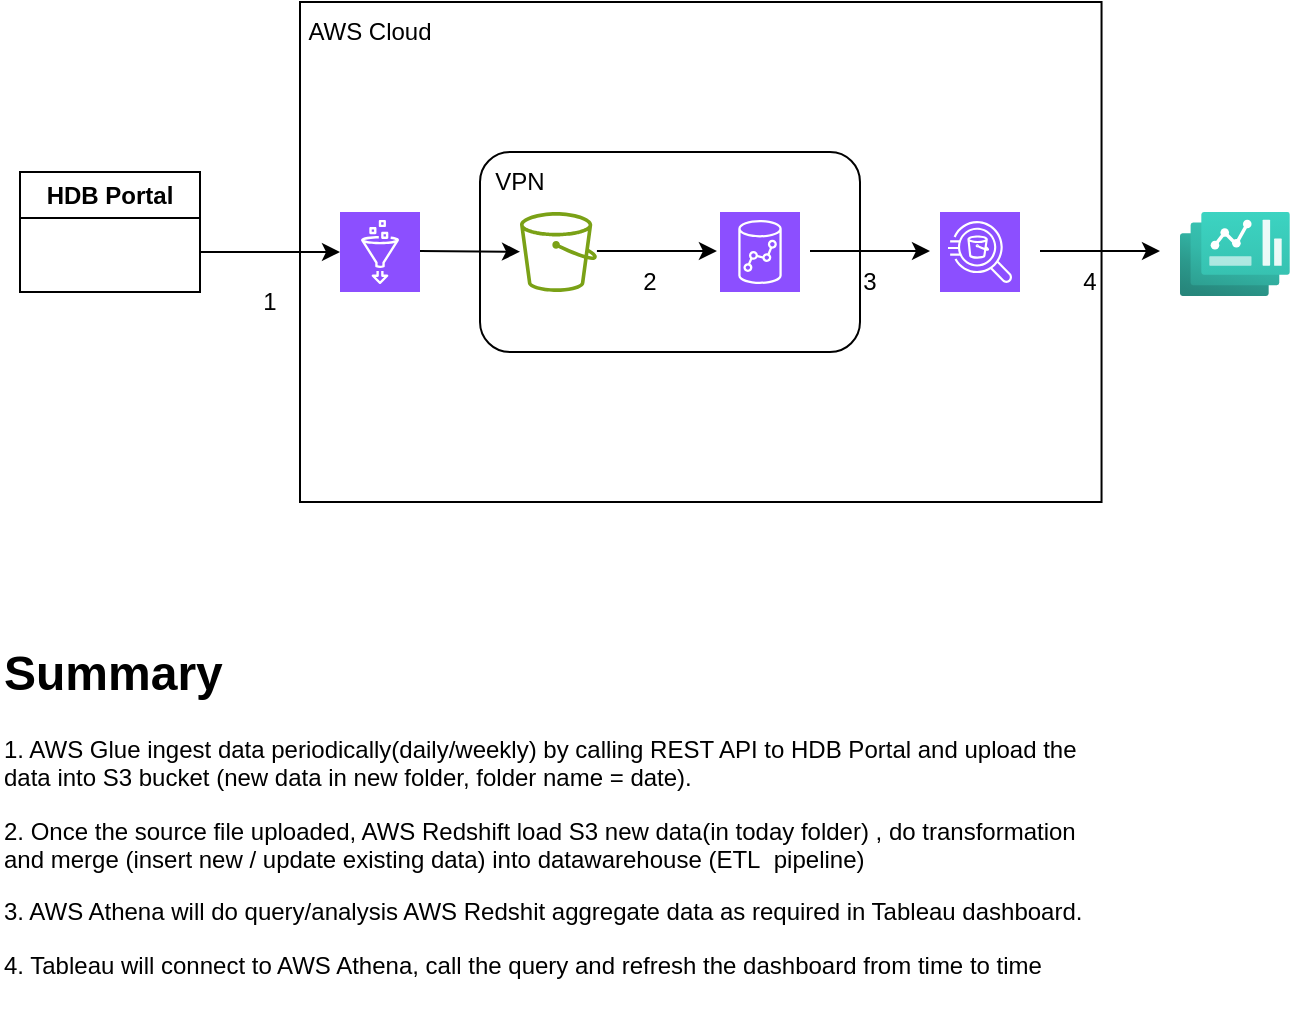
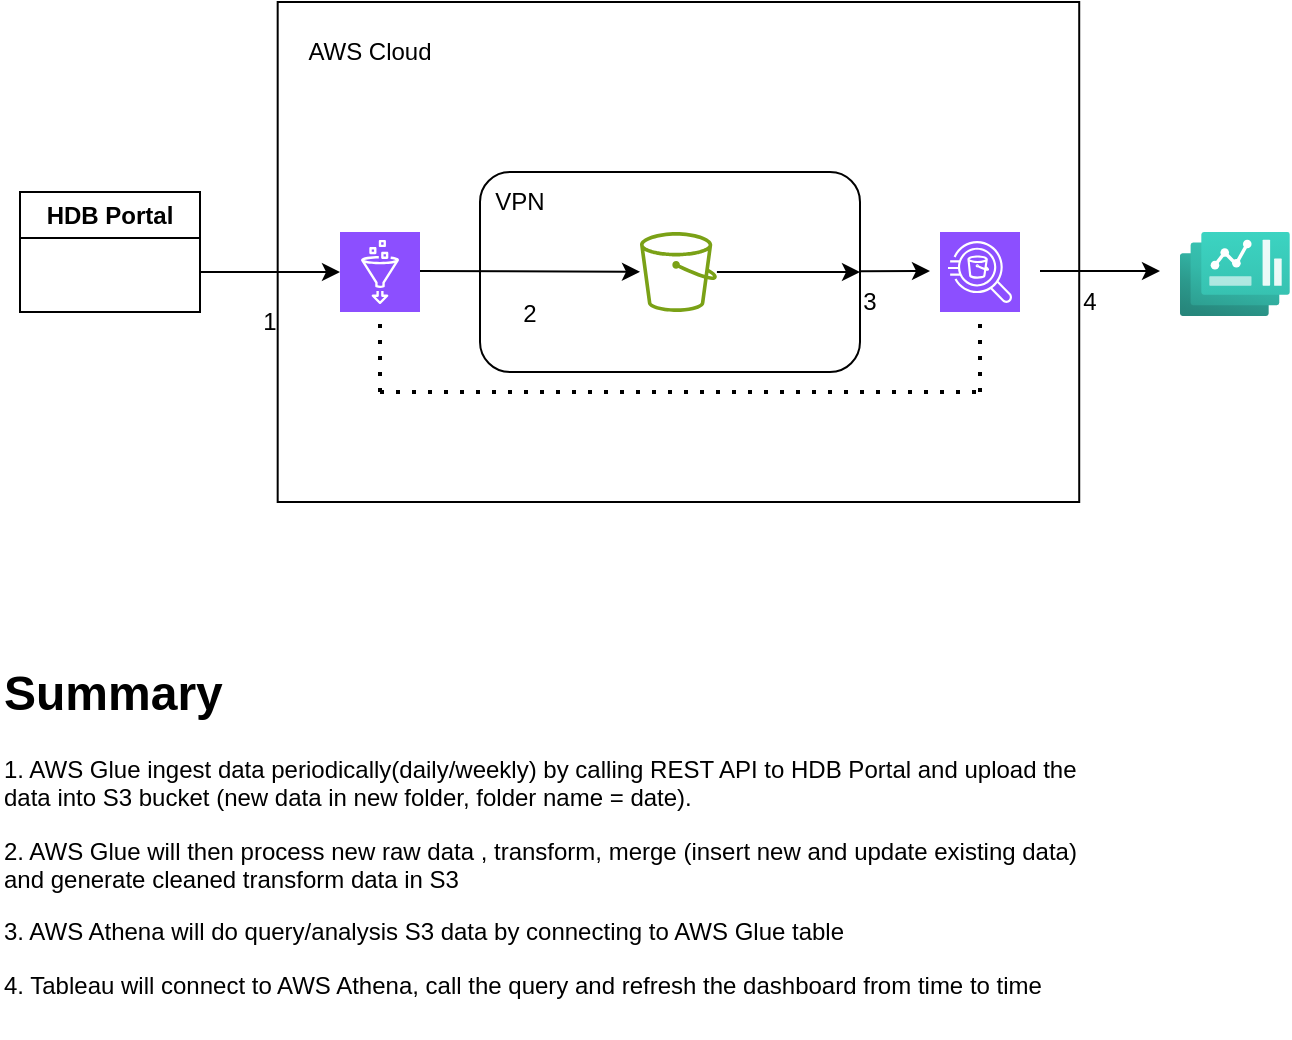
<mxfile host="app.diagrams.net">
  <diagram name="Page-1" id="eWPEljCJpYtxYuKi4xzT">
    <mxGraphModel dx="1414" dy="743" grid="1" gridSize="10" guides="1" tooltips="1" connect="1" arrows="1" fold="1" page="1" pageScale="1" pageWidth="850" pageHeight="1100" math="0" shadow="0">
      <root>
        <mxCell id="0" />
        <mxCell id="1" parent="0" />
        <mxCell id="1RVToiZ4xgSdCtpdIXaX-3" parent="1" style="verticalLabelPosition=bottom;verticalAlign=top;html=1;shape=mxgraph.basic.rect;fillColor2=none;strokeWidth=1;size=20;indent=5;fillColor=none;" value="" vertex="1">
-           <mxGeometry height="250" width="400.77" x="230" y="155" as="geometry" />
+           <mxGeometry height="250" width="400.77" x="218.83999999999997" y="145" as="geometry" />
        </mxCell>
        <mxCell id="5dCAwnnPamZZTlDbyqOG-1" parent="1" style="swimlane;whiteSpace=wrap;html=1;startSize=23;" value="HDB Portal" vertex="1">
          <mxGeometry height="60" width="90" x="90" y="240" as="geometry">
            <mxRectangle height="30" width="100" x="40" y="290" as="alternateBounds" />
          </mxGeometry>
        </mxCell>
        <mxCell id="5dCAwnnPamZZTlDbyqOG-2" parent="1" style="sketch=0;outlineConnect=0;fontColor=#232F3E;gradientColor=none;fillColor=#7AA116;strokeColor=none;dashed=0;verticalLabelPosition=bottom;verticalAlign=top;align=center;html=1;fontSize=12;fontStyle=0;aspect=fixed;pointerEvents=1;shape=mxgraph.aws4.bucket;" value="" vertex="1">
-           <mxGeometry height="40" width="38.46" x="340" y="260" as="geometry" />
+           <mxGeometry height="40" width="38.46" x="400" y="260" as="geometry" />
        </mxCell>
        <mxCell id="5dCAwnnPamZZTlDbyqOG-3" edge="1" parent="1" style="endArrow=classic;html=1;rounded=0;" value="">
          <mxGeometry height="50" relative="1" width="50" as="geometry">
            <mxPoint x="180" y="280" as="sourcePoint" />
            <mxPoint x="250" y="280" as="targetPoint" />
          </mxGeometry>
        </mxCell>
        <mxCell id="5dCAwnnPamZZTlDbyqOG-4" parent="1" style="sketch=0;points=[[0,0,0],[0.25,0,0],[0.5,0,0],[0.75,0,0],[1,0,0],[0,1,0],[0.25,1,0],[0.5,1,0],[0.75,1,0],[1,1,0],[0,0.25,0],[0,0.5,0],[0,0.75,0],[1,0.25,0],[1,0.5,0],[1,0.75,0]];outlineConnect=0;fontColor=#232F3E;fillColor=#8C4FFF;strokeColor=#ffffff;dashed=0;verticalLabelPosition=bottom;verticalAlign=top;align=center;html=1;fontSize=12;fontStyle=0;aspect=fixed;shape=mxgraph.aws4.resourceIcon;resIcon=mxgraph.aws4.glue;" value="" vertex="1">
          <mxGeometry height="40" width="40" x="250" y="260" as="geometry" />
        </mxCell>
-         <mxCell id="5dCAwnnPamZZTlDbyqOG-5" parent="1" style="sketch=0;points=[[0,0,0],[0.25,0,0],[0.5,0,0],[0.75,0,0],[1,0,0],[0,1,0],[0.25,1,0],[0.5,1,0],[0.75,1,0],[1,1,0],[0,0.25,0],[0,0.5,0],[0,0.75,0],[1,0.25,0],[1,0.5,0],[1,0.75,0]];outlineConnect=0;fontColor=#232F3E;fillColor=#8C4FFF;strokeColor=#ffffff;dashed=0;verticalLabelPosition=bottom;verticalAlign=top;align=center;html=1;fontSize=12;fontStyle=0;aspect=fixed;shape=mxgraph.aws4.resourceIcon;resIcon=mxgraph.aws4.redshift;" value="" vertex="1">
-           <mxGeometry height="40" width="40" x="440" y="260" as="geometry" />
-         </mxCell>
-         <mxCell id="5dCAwnnPamZZTlDbyqOG-6" edge="1" parent="1" style="endArrow=classic;html=1;rounded=0;" value="">
-           <mxGeometry height="50" relative="1" width="50" as="geometry">
-             <mxPoint x="378.46" y="279.5" as="sourcePoint" />
-             <mxPoint x="438.46" y="279.5" as="targetPoint" />
-           </mxGeometry>
-         </mxCell>
        <mxCell id="1RVToiZ4xgSdCtpdIXaX-4" edge="1" parent="1" style="endArrow=classic;html=1;rounded=0;" target="5dCAwnnPamZZTlDbyqOG-2" value="">
          <mxGeometry height="50" relative="1" width="50" as="geometry">
            <mxPoint x="290" y="279.5" as="sourcePoint" />
            <mxPoint x="330" y="279.5" as="targetPoint" />
          </mxGeometry>
        </mxCell>
-         <mxCell id="1RVToiZ4xgSdCtpdIXaX-6" parent="1" style="rounded=1;whiteSpace=wrap;html=1;gradientColor=none;fillColor=none;" value="" vertex="1">
-           <mxGeometry height="100" width="190" x="320" y="230" as="geometry" />
-         </mxCell>
        <mxCell id="1RVToiZ4xgSdCtpdIXaX-5" parent="1" style="sketch=0;points=[[0,0,0],[0.25,0,0],[0.5,0,0],[0.75,0,0],[1,0,0],[0,1,0],[0.25,1,0],[0.5,1,0],[0.75,1,0],[1,1,0],[0,0.25,0],[0,0.5,0],[0,0.75,0],[1,0.25,0],[1,0.5,0],[1,0.75,0]];outlineConnect=0;fontColor=#232F3E;fillColor=#8C4FFF;strokeColor=#ffffff;dashed=0;verticalLabelPosition=bottom;verticalAlign=top;align=center;html=1;fontSize=12;fontStyle=0;aspect=fixed;shape=mxgraph.aws4.resourceIcon;resIcon=mxgraph.aws4.athena;" value="" vertex="1">
          <mxGeometry height="40" width="40" x="550" y="260" as="geometry" />
        </mxCell>
-         <mxCell id="1RVToiZ4xgSdCtpdIXaX-7" edge="1" parent="1" style="endArrow=classic;html=1;rounded=0;" value="">
+         <mxCell id="1RVToiZ4xgSdCtpdIXaX-7" edge="1" parent="1" source="1RVToiZ4xgSdCtpdIXaX-6" style="endArrow=classic;html=1;rounded=0;" value="">
          <mxGeometry height="50" relative="1" width="50" as="geometry">
            <mxPoint x="485" y="279.5" as="sourcePoint" />
            <mxPoint x="545" y="279.5" as="targetPoint" />
          </mxGeometry>
        </mxCell>
        <mxCell id="0HZxUmu4RZ-0vbJsPey3-1" parent="1" style="text;html=1;whiteSpace=wrap;strokeColor=none;fillColor=none;align=center;verticalAlign=middle;rounded=0;" value="1" vertex="1">
          <mxGeometry height="30" width="30" x="200" y="290" as="geometry" />
-         </mxCell>
-         <mxCell id="0HZxUmu4RZ-0vbJsPey3-2" parent="1" style="text;html=1;whiteSpace=wrap;strokeColor=none;fillColor=none;align=center;verticalAlign=middle;rounded=0;" value="2" vertex="1">
-           <mxGeometry height="30" width="30" x="390" y="280" as="geometry" />
        </mxCell>
        <mxCell id="0HZxUmu4RZ-0vbJsPey3-3" parent="1" style="text;html=1;whiteSpace=wrap;strokeColor=none;fillColor=none;align=center;verticalAlign=middle;rounded=0;" value="3" vertex="1">
          <mxGeometry height="30" width="30" x="500" y="280" as="geometry" />
        </mxCell>
        <mxCell id="0HZxUmu4RZ-0vbJsPey3-5" parent="1" style="image;aspect=fixed;html=1;points=[];align=center;fontSize=12;image=img/lib/azure2/other/Dashboard_Hub.svg;" value="" vertex="1">
          <mxGeometry height="42" width="54.92" x="670" y="260" as="geometry" />
        </mxCell>
        <mxCell id="0HZxUmu4RZ-0vbJsPey3-6" edge="1" parent="1" style="endArrow=classic;html=1;rounded=0;" value="">
          <mxGeometry height="50" relative="1" width="50" as="geometry">
            <mxPoint x="600" y="279.5" as="sourcePoint" />
            <mxPoint x="660" y="279.5" as="targetPoint" />
          </mxGeometry>
        </mxCell>
        <mxCell id="0HZxUmu4RZ-0vbJsPey3-7" parent="1" style="text;html=1;whiteSpace=wrap;strokeColor=none;fillColor=none;align=center;verticalAlign=middle;rounded=0;" value="4" vertex="1">
          <mxGeometry height="30" width="30" x="610" y="280" as="geometry" />
        </mxCell>
-         <mxCell id="0HZxUmu4RZ-0vbJsPey3-8" parent="1" style="text;html=1;whiteSpace=wrap;overflow=hidden;rounded=0;" value="&lt;h1 style=&quot;margin-top: 0px;&quot;&gt;Summary&lt;/h1&gt;&lt;p&gt;1. AWS Glue ingest data periodically(daily/weekly) by calling REST API to HDB Portal and upload the data into S3 bucket (new data in new folder, folder name = date).&amp;nbsp;&lt;/p&gt;&lt;p&gt;2. Once the source file uploaded, AWS Redshift load S3 new data(in today folder) , do transformation and merge (insert new / update existing data) into datawarehouse (ETL&amp;nbsp; pipeline)&amp;nbsp;&lt;/p&gt;&lt;p&gt;3. AWS Athena will do query/analysis AWS Redshit aggregate data as required in Tableau dashboard.&amp;nbsp;&lt;/p&gt;&lt;p&gt;4. Tableau will connect to AWS Athena, call the query and refresh the dashboard from time to time&lt;/p&gt;" vertex="1">
+         <mxCell id="0HZxUmu4RZ-0vbJsPey3-8" parent="1" style="text;html=1;whiteSpace=wrap;overflow=hidden;rounded=0;" value="&lt;h1 style=&quot;margin-top: 0px;&quot;&gt;Summary&lt;/h1&gt;&lt;p&gt;1. AWS Glue ingest data periodically(daily/weekly) by calling REST API to HDB Portal and upload the data into S3 bucket (new data in new folder, folder name = date).&amp;nbsp;&lt;/p&gt;&lt;p&gt;2. AWS Glue will then process new raw data , transform, merge (insert new and update existing data) and generate cleaned transform data in S3&amp;nbsp;&lt;/p&gt;&lt;p&gt;3. AWS Athena will do query/analysis S3 data by connecting to AWS Glue table&amp;nbsp;&lt;/p&gt;&lt;p&gt;4. Tableau will connect to AWS Athena, call the query and refresh the dashboard from time to time&lt;/p&gt;" vertex="1">
          <mxGeometry height="190" width="560" x="80" y="470" as="geometry" />
        </mxCell>
        <mxCell id="0HZxUmu4RZ-0vbJsPey3-9" parent="1" style="text;html=1;whiteSpace=wrap;strokeColor=none;fillColor=none;align=center;verticalAlign=middle;rounded=0;" value="AWS Cloud" vertex="1">
          <mxGeometry height="30" width="70" x="230" y="155" as="geometry" />
        </mxCell>
        <mxCell id="0HZxUmu4RZ-0vbJsPey3-10" parent="1" style="text;html=1;whiteSpace=wrap;strokeColor=none;fillColor=none;align=center;verticalAlign=middle;rounded=0;" value="VPN" vertex="1">
          <mxGeometry height="30" width="40" x="320" y="230" as="geometry" />
        </mxCell>
+         <mxCell id="6maZBzVOcRBHABMr7mxV-2" edge="1" parent="1" style="endArrow=none;dashed=1;html=1;dashPattern=1 3;strokeWidth=2;rounded=0;" value="">
+           <mxGeometry height="50" relative="1" width="50" as="geometry">
+             <mxPoint x="270" y="340" as="sourcePoint" />
+             <mxPoint x="270" y="300" as="targetPoint" />
+           </mxGeometry>
+         </mxCell>
+         <mxCell id="6maZBzVOcRBHABMr7mxV-4" edge="1" parent="1" style="endArrow=none;dashed=1;html=1;dashPattern=1 3;strokeWidth=2;rounded=0;" value="">
+           <mxGeometry height="50" relative="1" width="50" as="geometry">
+             <mxPoint x="270" y="340" as="sourcePoint" />
+             <mxPoint x="570" y="340" as="targetPoint" />
+           </mxGeometry>
+         </mxCell>
+         <mxCell id="6maZBzVOcRBHABMr7mxV-5" edge="1" parent="1" style="endArrow=none;dashed=1;html=1;dashPattern=1 3;strokeWidth=2;rounded=0;entryX=0.5;entryY=1;entryDx=0;entryDy=0;entryPerimeter=0;" target="1RVToiZ4xgSdCtpdIXaX-5" value="">
+           <mxGeometry height="50" relative="1" width="50" as="geometry">
+             <mxPoint x="570" y="340" as="sourcePoint" />
+             <mxPoint x="450" y="420" as="targetPoint" />
+           </mxGeometry>
+         </mxCell>
+         <mxCell id="6maZBzVOcRBHABMr7mxV-7" edge="1" parent="1" source="5dCAwnnPamZZTlDbyqOG-2" style="endArrow=classic;html=1;rounded=0;" target="1RVToiZ4xgSdCtpdIXaX-6" value="">
+           <mxGeometry height="50" relative="1" width="50" as="geometry">
+             <mxPoint x="438" y="280" as="sourcePoint" />
+             <mxPoint x="545" y="279.5" as="targetPoint" />
+           </mxGeometry>
+         </mxCell>
+         <mxCell id="1RVToiZ4xgSdCtpdIXaX-6" parent="1" style="rounded=1;whiteSpace=wrap;html=1;gradientColor=none;fillColor=none;" value="" vertex="1">
+           <mxGeometry height="100" width="190" x="320" y="230" as="geometry" />
+         </mxCell>
+         <mxCell id="6maZBzVOcRBHABMr7mxV-8" parent="1" style="text;html=1;whiteSpace=wrap;strokeColor=none;fillColor=none;align=center;verticalAlign=middle;rounded=0;" value="2" vertex="1">
+           <mxGeometry height="30" width="30" x="330" y="286" as="geometry" />
+         </mxCell>
      </root>
    </mxGraphModel>
  </diagram>
</mxfile>
